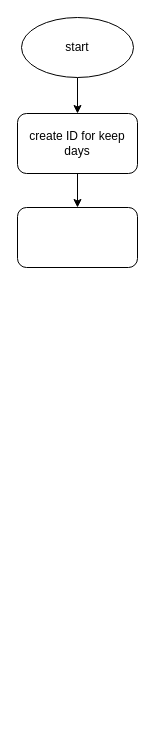
Above: page "function slide day" (5 of 8) of prototype.drawio in Putthima/PSIT_Project_2020 (draw.io), before the change. Source tidied: cells renumbered, new cells numbered last; positions are measured from the earlier drawing's top-left corner, leaving out a move shared by most shapes. Both pictures are drawn from the tidied source at 100%, with x=0, y=0 at pixel (17, 17).
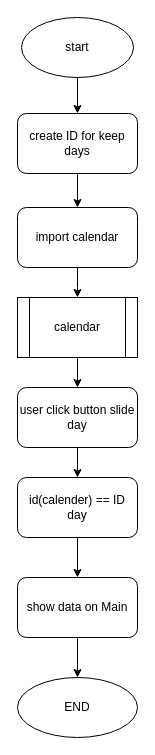
Above is the later version.

Diff of the diagram source:
```diff
@@
 <mxGraphModel>
   <root>
     <mxCell id="0" />
     <mxCell id="1" parent="0" />
     <mxCell id="2" style="edgeStyle=orthogonalEdgeStyle;rounded=0;jettySize=auto;html=1;" parent="1" edge="1" source="3" target="5">
       <mxGeometry relative="1" as="geometry" />
     </mxCell>
     <mxCell id="3" value="start" style="ellipse;whiteSpace=wrap;html=1;" parent="1" vertex="1">
       <mxGeometry x="4" width="112" height="60" as="geometry" />
     </mxCell>
     <mxCell id="4" style="edgeStyle=orthogonalEdgeStyle;rounded=0;jettySize=auto;html=1;" parent="1" edge="1" source="5" target="6">
       <mxGeometry relative="1" as="geometry" />
     </mxCell>
     <mxCell id="5" value="create ID for keep days" style="rounded=1;whiteSpace=wrap;html=1;" parent="1" vertex="1">
       <mxGeometry y="96" width="120" height="60" as="geometry" />
     </mxCell>
+    <mxCell id="7" style="edgeStyle=orthogonalEdgeStyle;rounded=0;jettySize=auto;html=1;" parent="1" edge="1" source="6">
+      <mxGeometry relative="1" as="geometry">
+        <mxPoint x="60" y="280" as="targetPoint" />
+      </mxGeometry>
+    </mxCell>
-    <mxCell id="6" style="whiteSpace=wrap;html=1;rounded=1;" parent="1" vertex="1">
+    <mxCell id="6" value="import calendar" style="whiteSpace=wrap;html=1;rounded=1;" parent="1" vertex="1">
       <mxGeometry y="190" width="120" height="60" as="geometry" />
     </mxCell>
+    <mxCell id="8" style="edgeStyle=orthogonalEdgeStyle;rounded=0;jettySize=auto;html=1;" parent="1" edge="1" source="9" target="11">
+      <mxGeometry relative="1" as="geometry" />
+    </mxCell>
+    <mxCell id="9" value="calendar" style="shape=process;whiteSpace=wrap;html=1;backgroundOutline=1;" parent="1" vertex="1">
+      <mxGeometry y="280" width="120" height="60" as="geometry" />
+    </mxCell>
+    <mxCell id="10" style="edgeStyle=orthogonalEdgeStyle;rounded=0;jettySize=auto;html=1;" parent="1" edge="1" source="11" target="13">
+      <mxGeometry relative="1" as="geometry" />
+    </mxCell>
+    <mxCell id="11" value="user click button slide day" style="rounded=1;whiteSpace=wrap;html=1;" parent="1" vertex="1">
+      <mxGeometry y="370" width="120" height="60" as="geometry" />
+    </mxCell>
+    <mxCell id="12" style="edgeStyle=orthogonalEdgeStyle;rounded=0;jettySize=auto;html=1;" parent="1" edge="1" source="13" target="15">
+      <mxGeometry relative="1" as="geometry" />
+    </mxCell>
+    <mxCell id="13" value="id(calender) == ID day" style="whiteSpace=wrap;html=1;rounded=1;" parent="1" vertex="1">
+      <mxGeometry y="460" width="120" height="60" as="geometry" />
+    </mxCell>
+    <mxCell id="14" style="edgeStyle=orthogonalEdgeStyle;rounded=0;jettySize=auto;html=1;" parent="1" edge="1" source="15" target="16">
+      <mxGeometry relative="1" as="geometry" />
+    </mxCell>
+    <mxCell id="15" value="show data on Main" style="whiteSpace=wrap;html=1;rounded=1;" parent="1" vertex="1">
+      <mxGeometry y="560" width="120" height="60" as="geometry" />
+    </mxCell>
+    <mxCell id="16" value="END" style="ellipse;whiteSpace=wrap;html=1;rounded=1;" parent="1" vertex="1">
+      <mxGeometry y="660" width="120" height="60" as="geometry" />
+    </mxCell>
   </root>
 </mxGraphModel>
```
